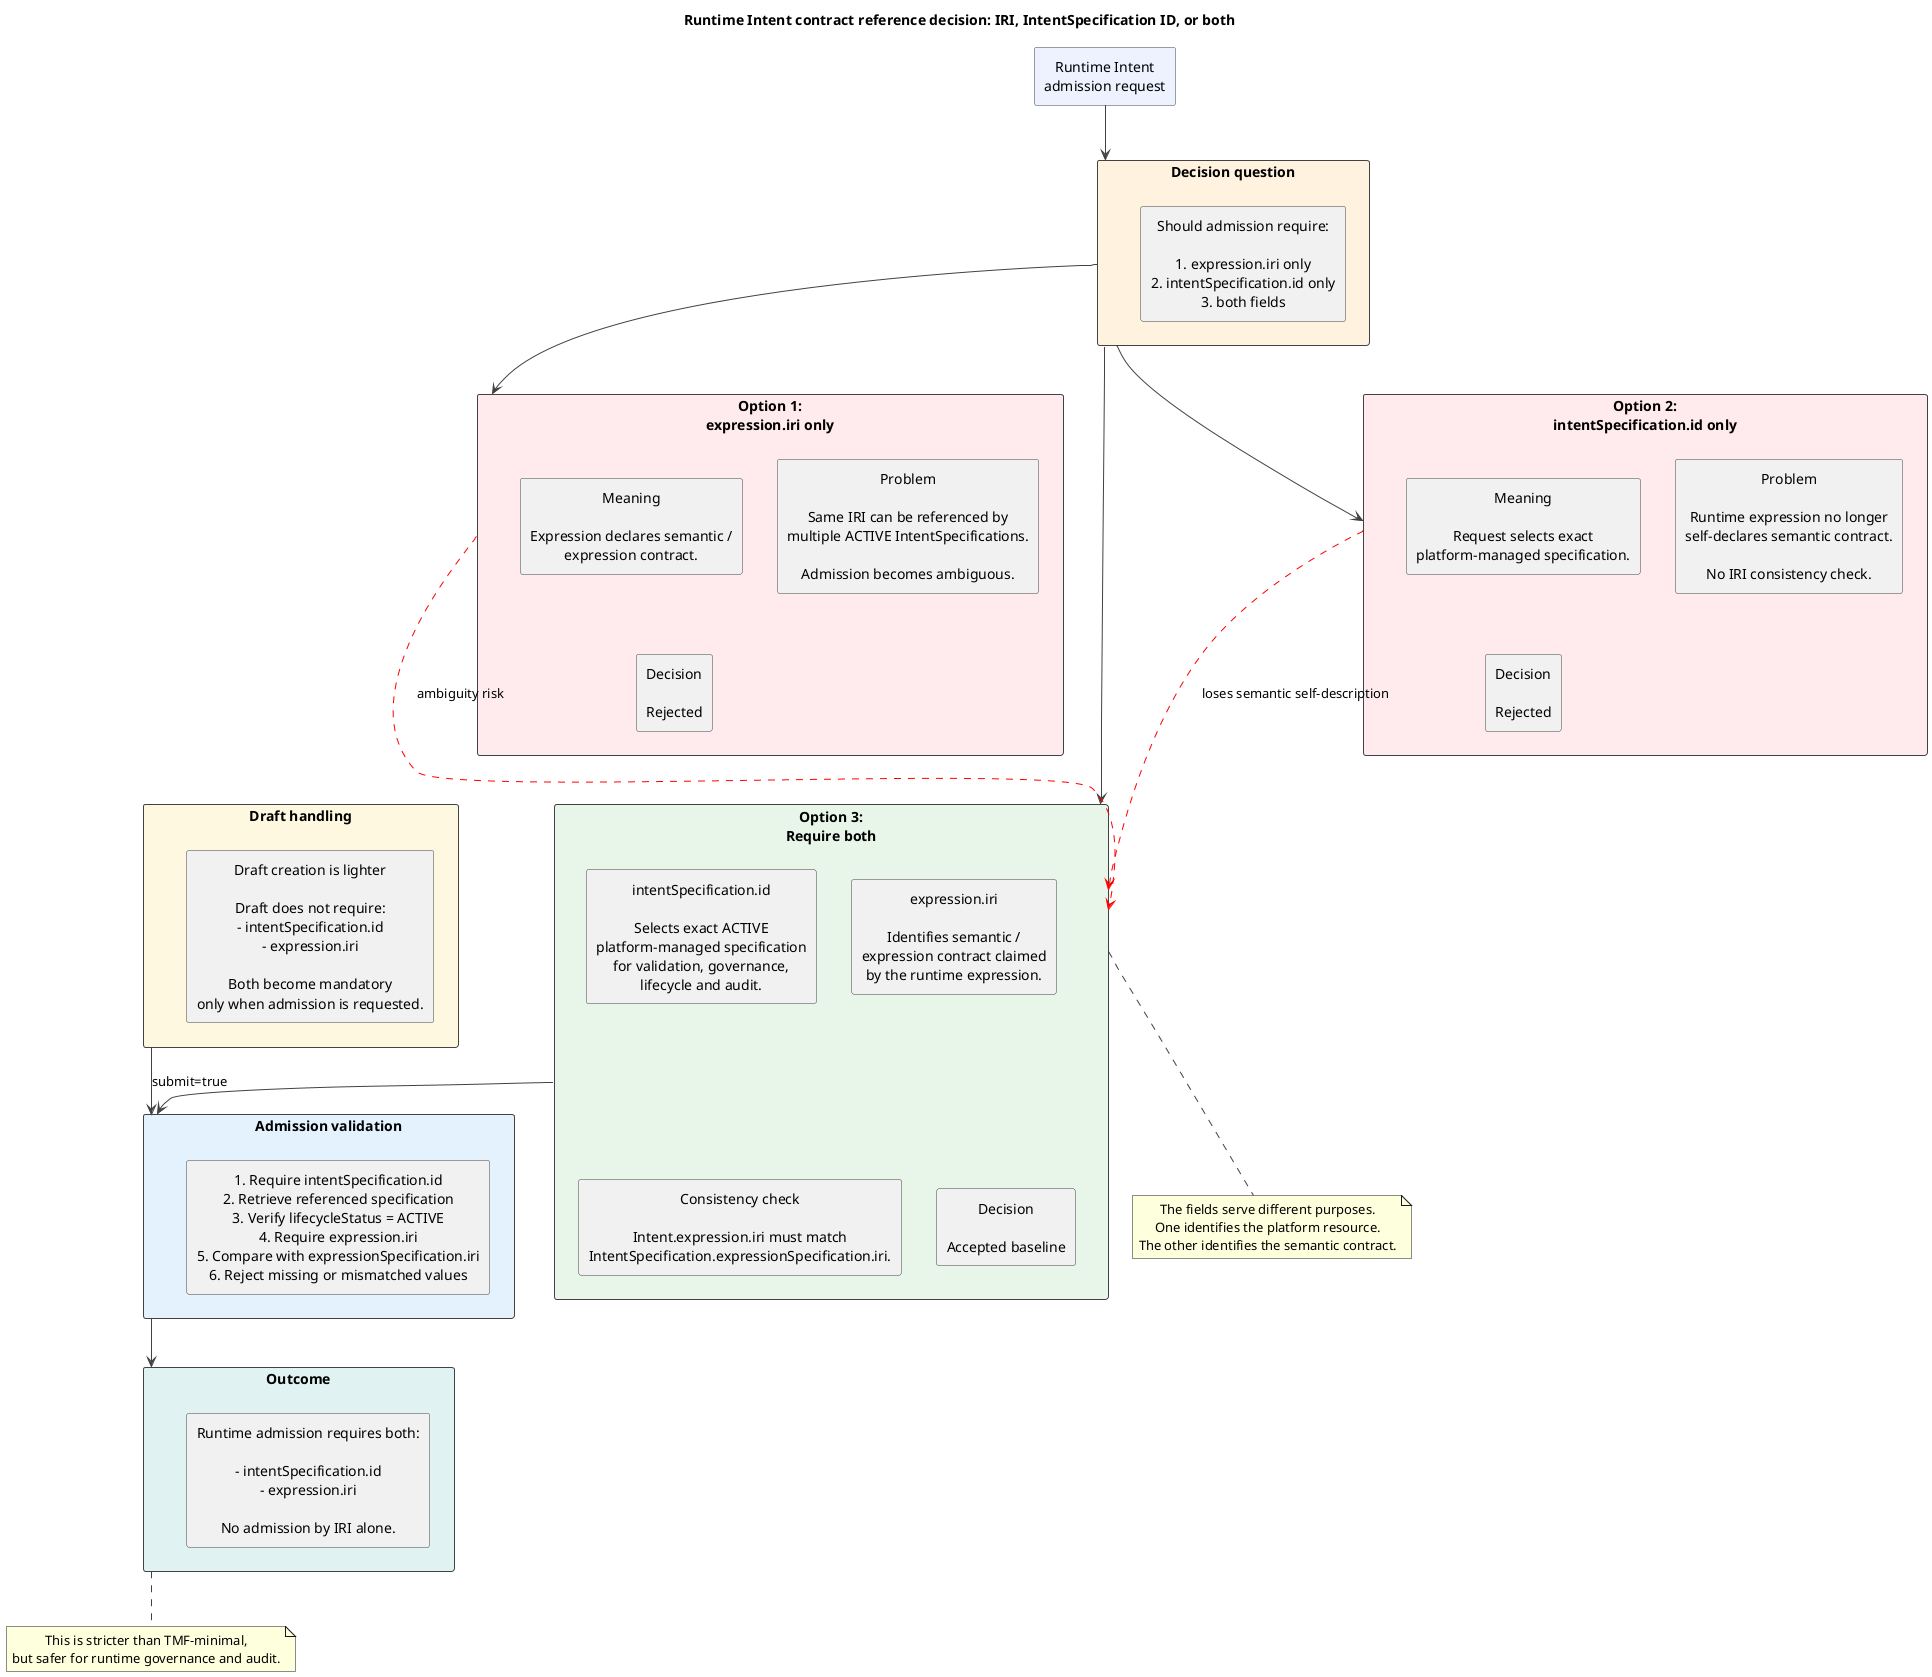
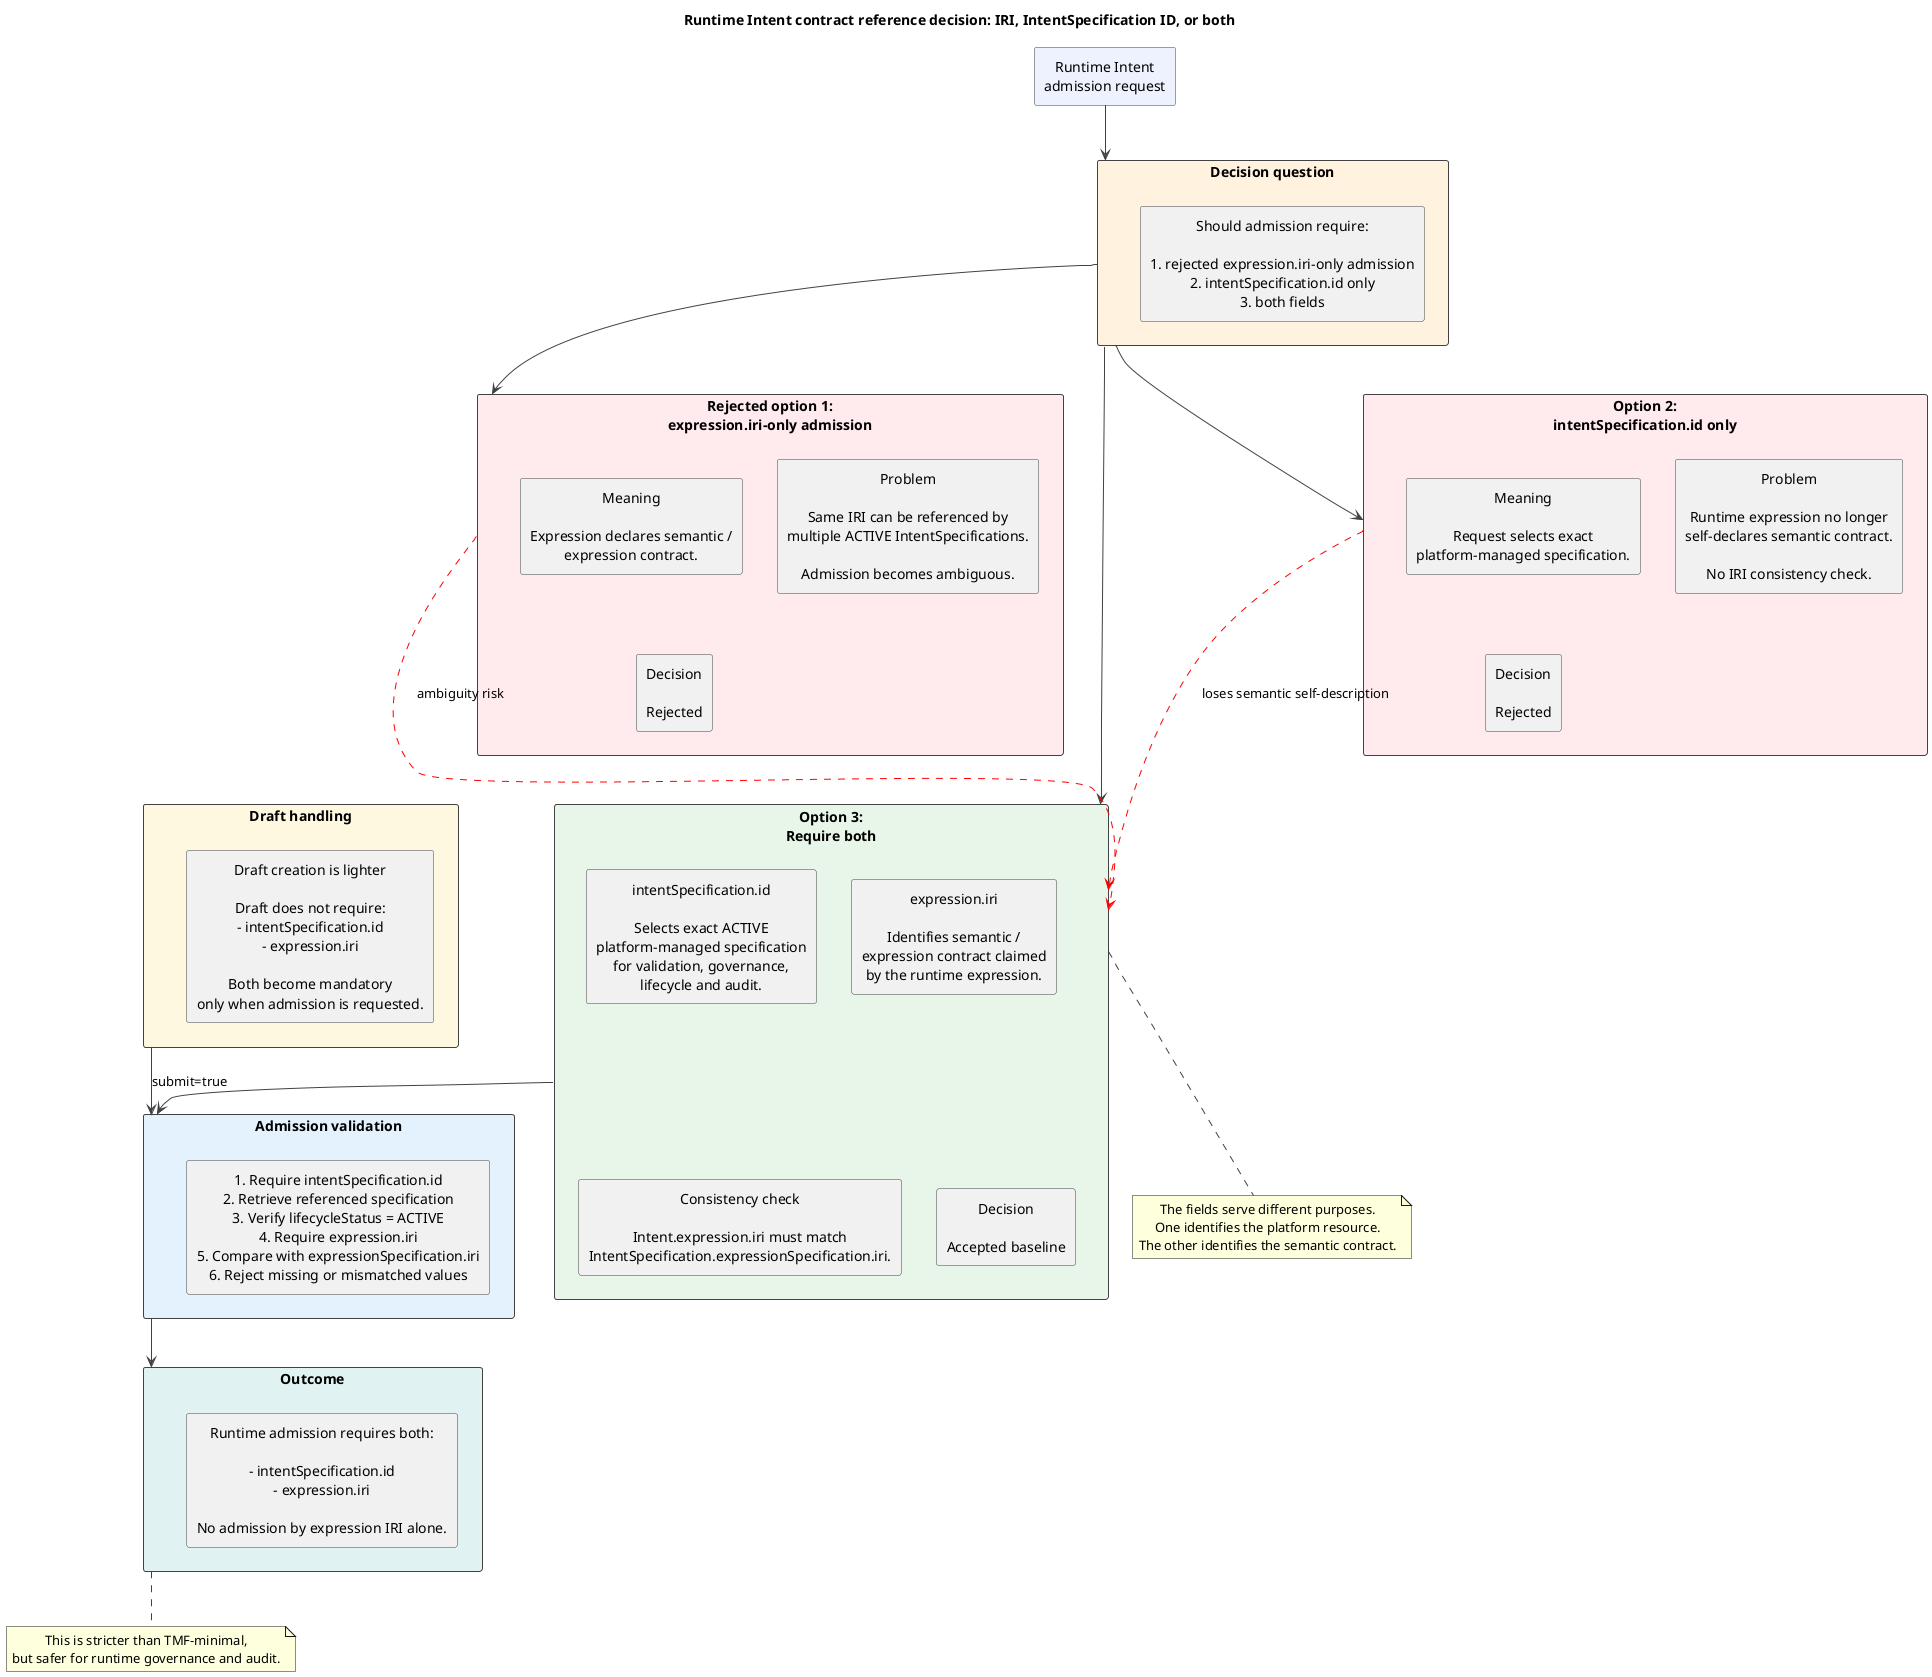
@startuml
title Runtime Intent contract reference decision: IRI, IntentSpecification ID, or both

skinparam shadowing false
skinparam defaultTextAlignment center
skinparam packageStyle rectangle
skinparam ArrowColor #424242
skinparam RectangleBorderColor #424242

rectangle "Runtime Intent\nadmission request" as INTENT #EEF2FF

rectangle "Decision question" as QUESTION #FFF3E0 {
-   rectangle "Should admission require:\n\n1. expression.iri only\n2. intentSpecification.id only\n3. both fields" as Q
+   rectangle "Should admission require:\n\n1. rejected expression.iri-only admission\n2. intentSpecification.id only\n3. both fields" as Q
}

- rectangle "Option 1:\nexpression.iri only" as IRI_ONLY #FFEBEE {
+ rectangle "Rejected option 1:\nexpression.iri-only admission" as IRI_ONLY #FFEBEE {
  rectangle "Meaning\n\nExpression declares semantic /\nexpression contract." as IRI_MEANING
  rectangle "Problem\n\nSame IRI can be referenced by\nmultiple ACTIVE IntentSpecifications.\n\nAdmission becomes ambiguous." as IRI_PROBLEM
  rectangle "Decision\n\nRejected" as IRI_REJECTED
}

rectangle "Option 2:\nintentSpecification.id only" as ID_ONLY #FFEBEE {
  rectangle "Meaning\n\nRequest selects exact\nplatform-managed specification." as ID_MEANING
  rectangle "Problem\n\nRuntime expression no longer\nself-declares semantic contract.\n\nNo IRI consistency check." as ID_PROBLEM
  rectangle "Decision\n\nRejected" as ID_REJECTED
}

rectangle "Option 3:\nRequire both" as BOTH #E8F5E9 {
  rectangle "intentSpecification.id\n\nSelects exact ACTIVE\nplatform-managed specification\nfor validation, governance,\nlifecycle and audit." as BOTH_ID

  rectangle "expression.iri\n\nIdentifies semantic /\nexpression contract claimed\nby the runtime expression." as BOTH_IRI

  rectangle "Consistency check\n\nIntent.expression.iri must match\nIntentSpecification.expressionSpecification.iri." as BOTH_CHECK

  rectangle "Decision\n\nAccepted baseline" as BOTH_ACCEPTED
}

rectangle "Admission validation" as VALIDATION #E3F2FD {
  rectangle "1. Require intentSpecification.id\n2. Retrieve referenced specification\n3. Verify lifecycleStatus = ACTIVE\n4. Require expression.iri\n5. Compare with expressionSpecification.iri\n6. Reject missing or mismatched values" as VALIDATION_STEPS
}

rectangle "Draft handling" as DRAFT #FFF8E1 {
  rectangle "Draft creation is lighter\n\nDraft does not require:\n- intentSpecification.id\n- expression.iri\n\nBoth become mandatory\nonly when admission is requested." as DRAFT_RULE
}

rectangle "Outcome" as OUTCOME #E0F2F1 {
-   rectangle "Runtime admission requires both:\n\n- intentSpecification.id\n- expression.iri\n\nNo admission by IRI alone." as OUTCOME_RULE
+   rectangle "Runtime admission requires both:\n\n- intentSpecification.id\n- expression.iri\n\nNo admission by expression IRI alone." as OUTCOME_RULE
}

INTENT --> QUESTION
QUESTION --> IRI_ONLY
QUESTION --> ID_ONLY
QUESTION --> BOTH

IRI_ONLY -[#red,dashed]-> BOTH : ambiguity risk
ID_ONLY -[#red,dashed]-> BOTH : loses semantic self-description
BOTH --> VALIDATION
VALIDATION --> OUTCOME
DRAFT --> VALIDATION : submit=true

note bottom of BOTH
The fields serve different purposes.
One identifies the platform resource.
The other identifies the semantic contract.
end note

note bottom of OUTCOME
This is stricter than TMF-minimal,
but safer for runtime governance and audit.
end note

@enduml
